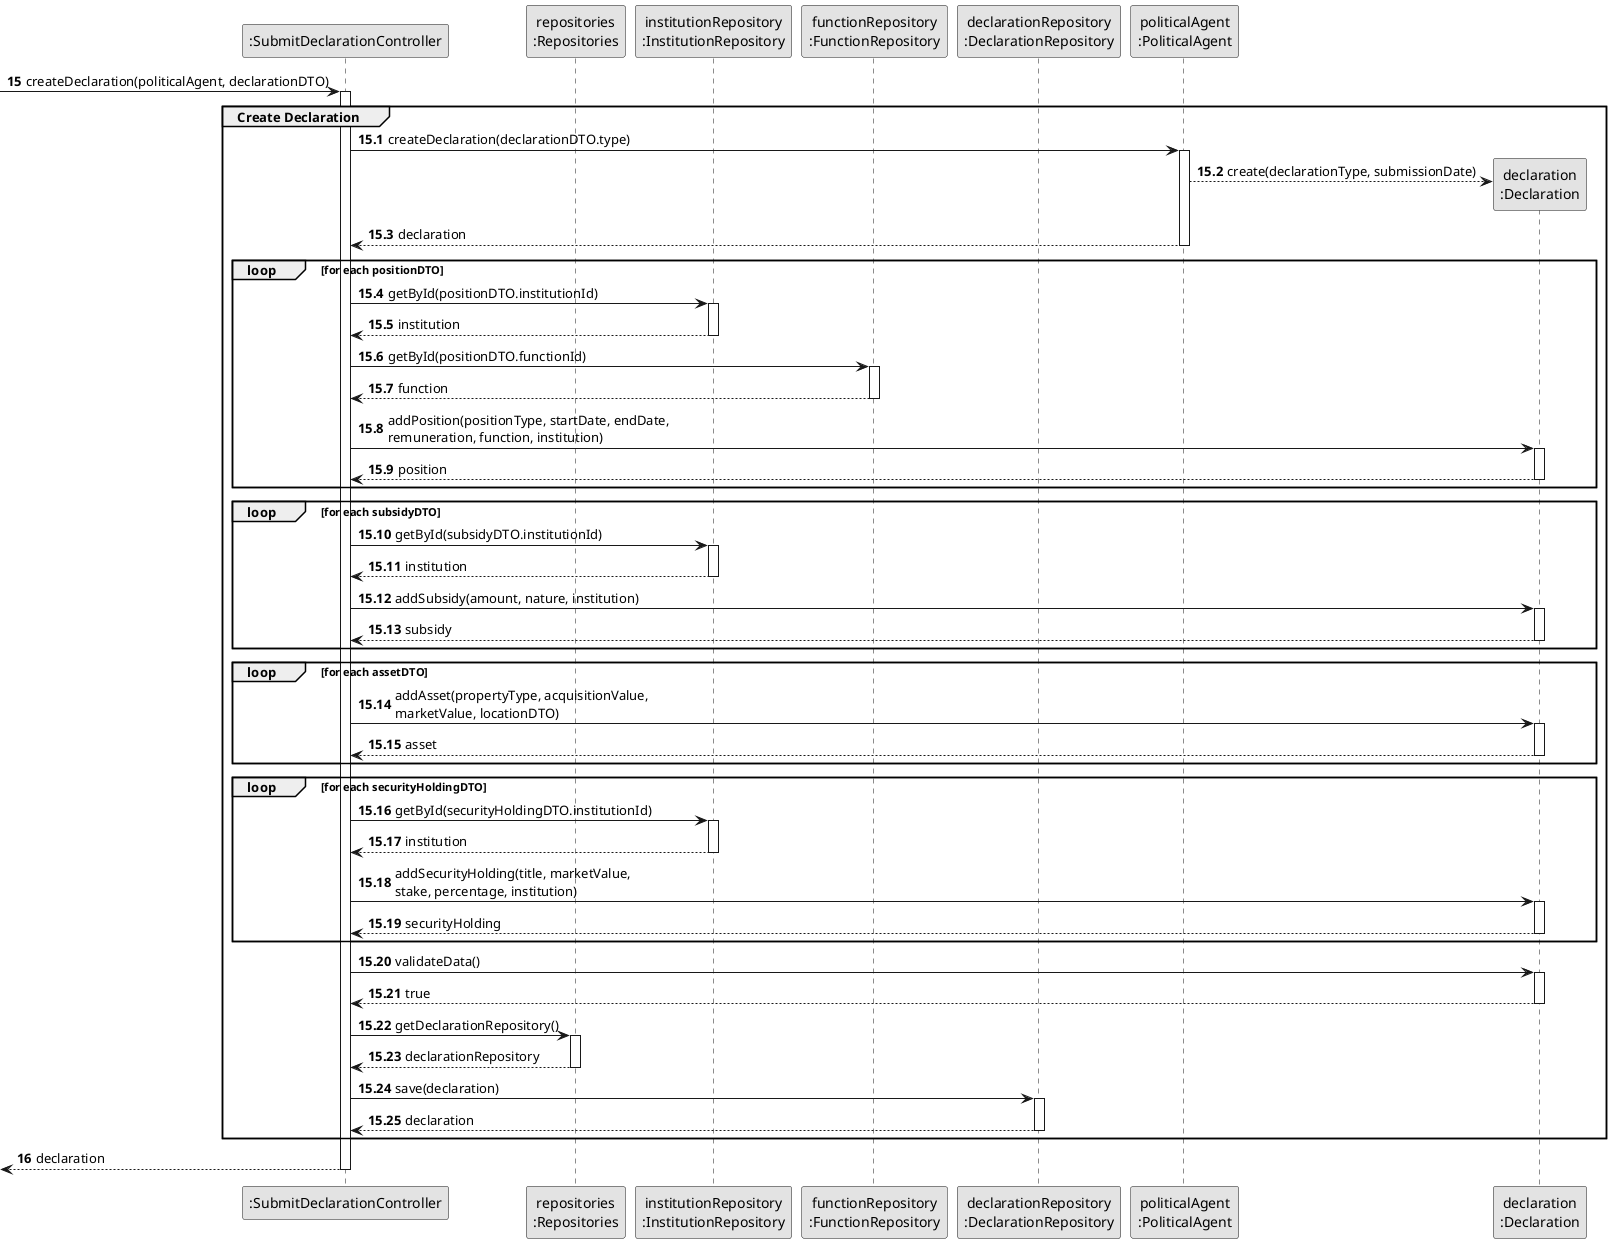
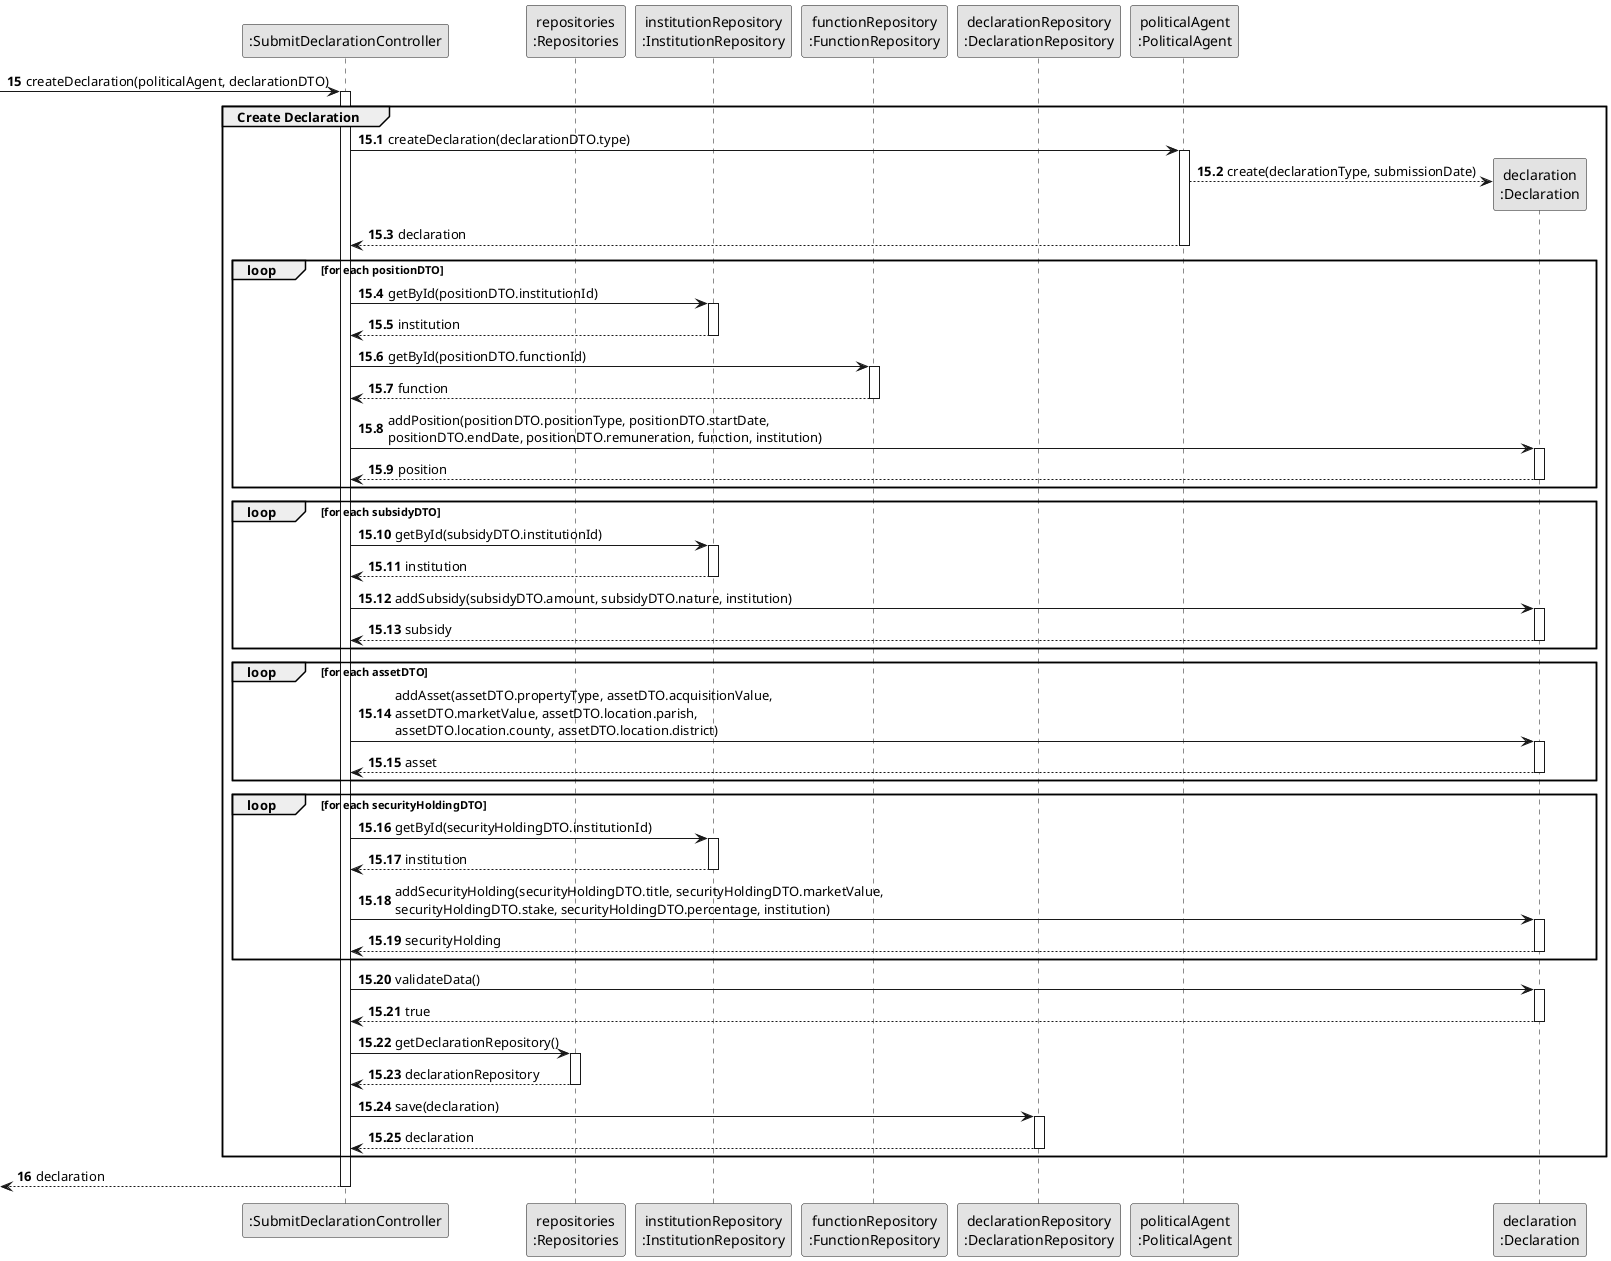
@startuml US006-SD-partial-create-declaration
skinparam monochrome true
skinparam packageStyle rectangle
skinparam shadowing false

participant ":SubmitDeclarationController" as CTRL
participant "repositories\n:Repositories" as REPOS_SINGLETON
participant "institutionRepository\n:InstitutionRepository" as INST_REPO
participant "functionRepository\n:FunctionRepository" as FUNC_REPO
participant "declarationRepository\n:DeclarationRepository" as DECL_REPO
participant "politicalAgent\n:PoliticalAgent" as PAO
participant "declaration\n:Declaration" as DECL

autonumber 15
-> CTRL : createDeclaration(politicalAgent, declarationDTO)

autonumber 15.1
activate CTRL

    group Create Declaration

        CTRL -> PAO : createDeclaration(declarationDTO.type)
        activate PAO
            PAO --> DECL** : create(declarationType, submissionDate)
            PAO --> CTRL : declaration
        deactivate PAO

        loop for each positionDTO
            CTRL -> INST_REPO : getById(positionDTO.institutionId)
            activate INST_REPO
                INST_REPO --> CTRL : institution
            deactivate INST_REPO

            CTRL -> FUNC_REPO : getById(positionDTO.functionId)
            activate FUNC_REPO
                FUNC_REPO --> CTRL : function
            deactivate FUNC_REPO

-             CTRL -> DECL : addPosition(positionType, startDate, endDate,\nremuneration, function, institution)
+             CTRL -> DECL : addPosition(positionDTO.positionType, positionDTO.startDate,\npositionDTO.endDate, positionDTO.remuneration, function, institution)
            activate DECL
                DECL --> CTRL : position
            deactivate DECL
        end

        loop for each subsidyDTO
            CTRL -> INST_REPO : getById(subsidyDTO.institutionId)
            activate INST_REPO
                INST_REPO --> CTRL : institution
            deactivate INST_REPO

-             CTRL -> DECL : addSubsidy(amount, nature, institution)
+             CTRL -> DECL : addSubsidy(subsidyDTO.amount, subsidyDTO.nature, institution)
            activate DECL
                DECL --> CTRL : subsidy
            deactivate DECL
        end

        loop for each assetDTO
-             CTRL -> DECL : addAsset(propertyType, acquisitionValue,\nmarketValue, locationDTO)
+             CTRL -> DECL : addAsset(assetDTO.propertyType, assetDTO.acquisitionValue,\nassetDTO.marketValue, assetDTO.location.parish,\nassetDTO.location.county, assetDTO.location.district)
            activate DECL
                DECL --> CTRL : asset
            deactivate DECL
        end

        loop for each securityHoldingDTO
            CTRL -> INST_REPO : getById(securityHoldingDTO.institutionId)
            activate INST_REPO
                INST_REPO --> CTRL : institution
            deactivate INST_REPO

-             CTRL -> DECL : addSecurityHolding(title, marketValue,\nstake, percentage, institution)
+             CTRL -> DECL : addSecurityHolding(securityHoldingDTO.title, securityHoldingDTO.marketValue,\nsecurityHoldingDTO.stake, securityHoldingDTO.percentage, institution)
            activate DECL
                DECL --> CTRL : securityHolding
            deactivate DECL
        end

        CTRL -> DECL : validateData()
        activate DECL
            DECL --> CTRL : true
        deactivate DECL

        CTRL -> REPOS_SINGLETON : getDeclarationRepository()
        activate REPOS_SINGLETON
            REPOS_SINGLETON --> CTRL : declarationRepository
        deactivate REPOS_SINGLETON

        CTRL -> DECL_REPO : save(declaration)
        activate DECL_REPO
            DECL_REPO --> CTRL : declaration
        deactivate DECL_REPO

    end

    autonumber 16
    <-- CTRL : declaration

deactivate CTRL

@enduml